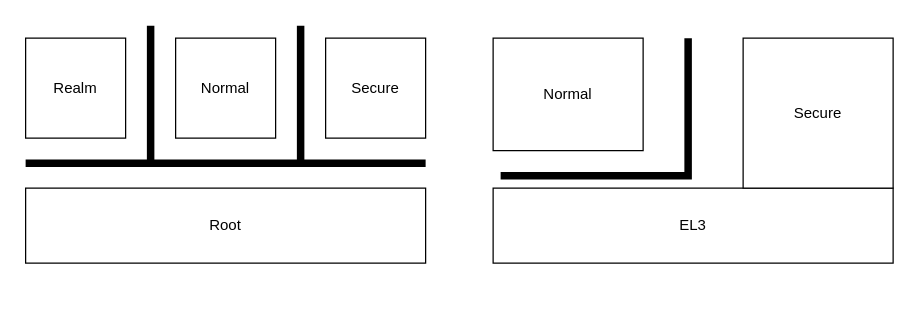
Before: Untitled Diagram.drawio in EdisonE3/vue_learn, a draw.io diagram. Source tidied: cells renumbered, new cells numbered last; positions are measured from the earlier drawing's top-left corner, leaving out a move shared by most shapes. Both pictures are drawn from the tidied source at 125%, with x=0, y=0 at pixel (25, 38).
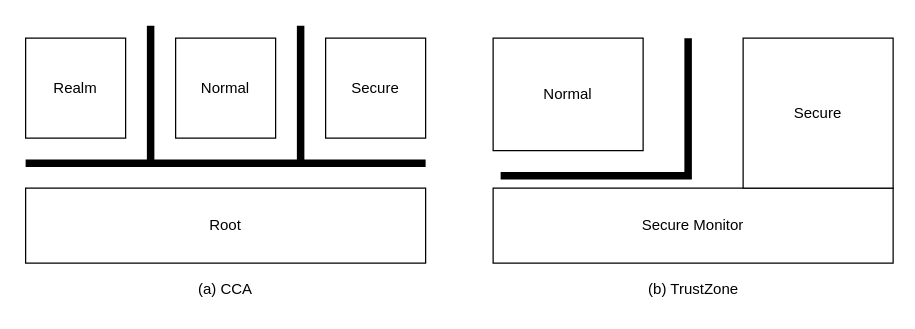
Above is the later version.

What changed in the source:
```diff
@@
 <mxGraphModel>
   <root>
     <mxCell id="0" />
     <mxCell id="1" parent="0" />
     <mxCell id="2" value="Realm" style="whiteSpace=wrap;html=1;" parent="1" vertex="1">
       <mxGeometry width="80" height="80" as="geometry" />
     </mxCell>
     <mxCell id="3" value="Normal" style="whiteSpace=wrap;html=1;" parent="1" vertex="1">
       <mxGeometry x="120" width="80" height="80" as="geometry" />
     </mxCell>
     <mxCell id="4" value="Secure" style="whiteSpace=wrap;html=1;" parent="1" vertex="1">
       <mxGeometry x="240" width="80" height="80" as="geometry" />
     </mxCell>
     <mxCell id="5" value="Root" style="rounded=0;whiteSpace=wrap;html=1;" parent="1" vertex="1">
       <mxGeometry y="120" width="320" height="60" as="geometry" />
     </mxCell>
     <mxCell id="6" style="endArrow=none;html=1;rounded=0;strokeColor=#000000;shadow=0;sketch=0;fillColor=#e51400;strokeWidth=6;" parent="1" edge="1">
       <mxGeometry relative="1" as="geometry">
         <mxPoint y="100" as="sourcePoint" />
         <mxPoint x="320" y="100" as="targetPoint" />
       </mxGeometry>
     </mxCell>
     <mxCell id="7" style="verticalLabelPosition=bottom;shadow=0;dashed=0;align=center;html=1;verticalAlign=top;strokeWidth=6;shape=mxgraph.mockup.markup.line;strokeColor=#000000;rotation=-90;" parent="1" vertex="1">
       <mxGeometry x="45" y="35" width="110" height="20" as="geometry" />
     </mxCell>
     <mxCell id="8" style="verticalLabelPosition=bottom;shadow=0;dashed=0;align=center;html=1;verticalAlign=top;strokeWidth=6;shape=mxgraph.mockup.markup.line;strokeColor=#000000;rotation=-90;" parent="1" vertex="1">
       <mxGeometry x="165" y="35" width="110" height="20" as="geometry" />
     </mxCell>
-    <mxCell id="9" value="EL3" style="rounded=0;whiteSpace=wrap;html=1;" parent="1" vertex="1">
+    <mxCell id="9" value="Secure Monitor" style="rounded=0;whiteSpace=wrap;html=1;" parent="1" vertex="1">
       <mxGeometry x="374" y="120" width="320" height="60" as="geometry" />
     </mxCell>
     <mxCell id="10" value="Secure" style="rounded=0;whiteSpace=wrap;html=1;" parent="1" vertex="1">
       <mxGeometry x="574" width="120" height="120" as="geometry" />
     </mxCell>
     <mxCell id="11" value="Normal" style="rounded=0;whiteSpace=wrap;html=1;" parent="1" vertex="1">
       <mxGeometry x="374" width="120" height="90" as="geometry" />
     </mxCell>
     <mxCell id="12" style="edgeStyle=segmentEdgeStyle;endArrow=none;html=1;rounded=0;shadow=0;sketch=0;strokeColor=#000000;strokeWidth=6;endFill=0;" parent="1" edge="1">
       <mxGeometry relative="1" as="geometry">
         <mxPoint x="380" y="110" as="sourcePoint" />
         <mxPoint x="530" as="targetPoint" />
       </mxGeometry>
     </mxCell>
+    <mxCell id="13" value="(a) CCA" style="text;html=1;strokeColor=none;fillColor=none;align=center;verticalAlign=middle;whiteSpace=wrap;rounded=0;" parent="1" vertex="1">
+      <mxGeometry x="130" y="186" width="60" height="30" as="geometry" />
+    </mxCell>
+    <mxCell id="14" value="(b) TrustZone" style="text;html=1;strokeColor=none;fillColor=none;align=center;verticalAlign=middle;whiteSpace=wrap;rounded=0;" parent="1" vertex="1">
+      <mxGeometry x="488.5" y="186" width="91" height="30" as="geometry" />
+    </mxCell>
   </root>
 </mxGraphModel>
```
